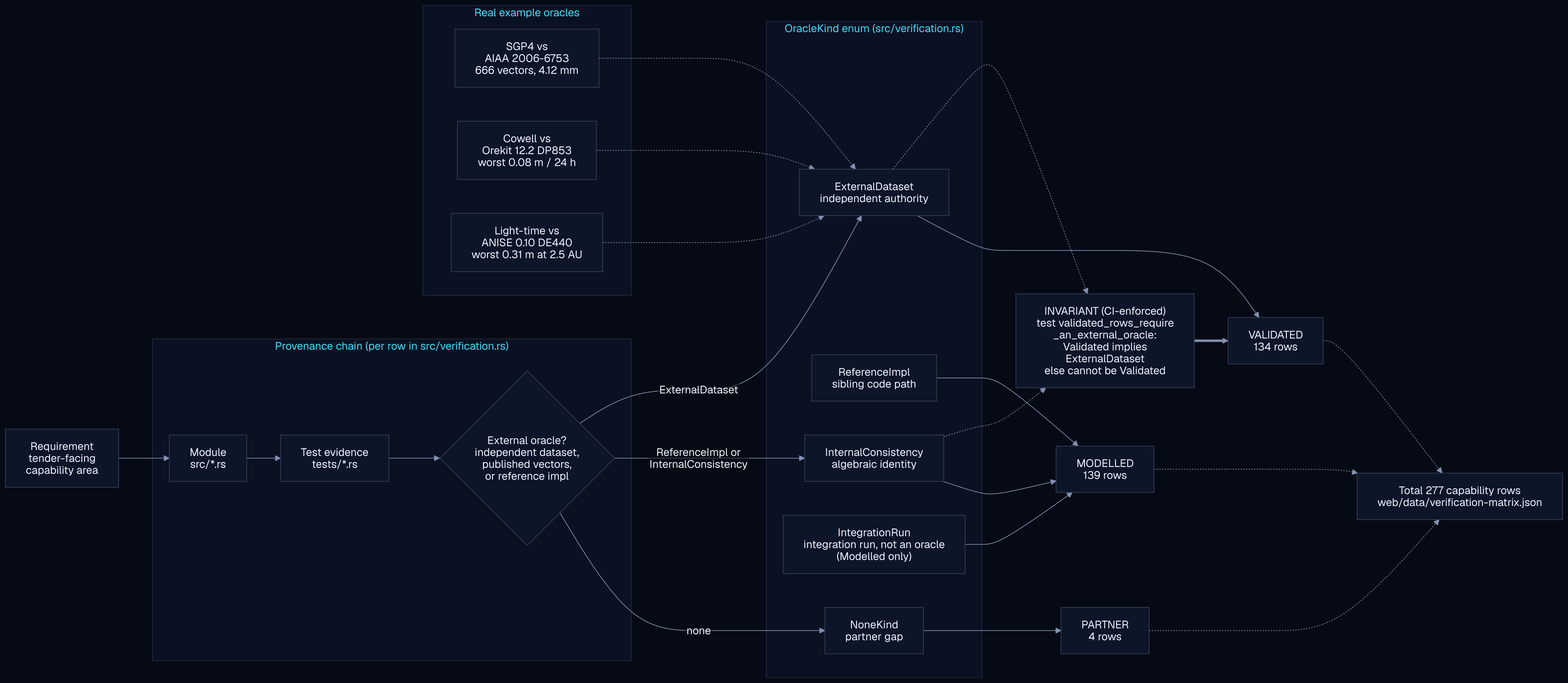
ashfordeOU/kshana keeps this Mermaid diagram as docs/assets/diagrams/validation-provenance.png. Above is the earlier version. Its source is kept beside it as docs/diagrams/validation-provenance.mmd.
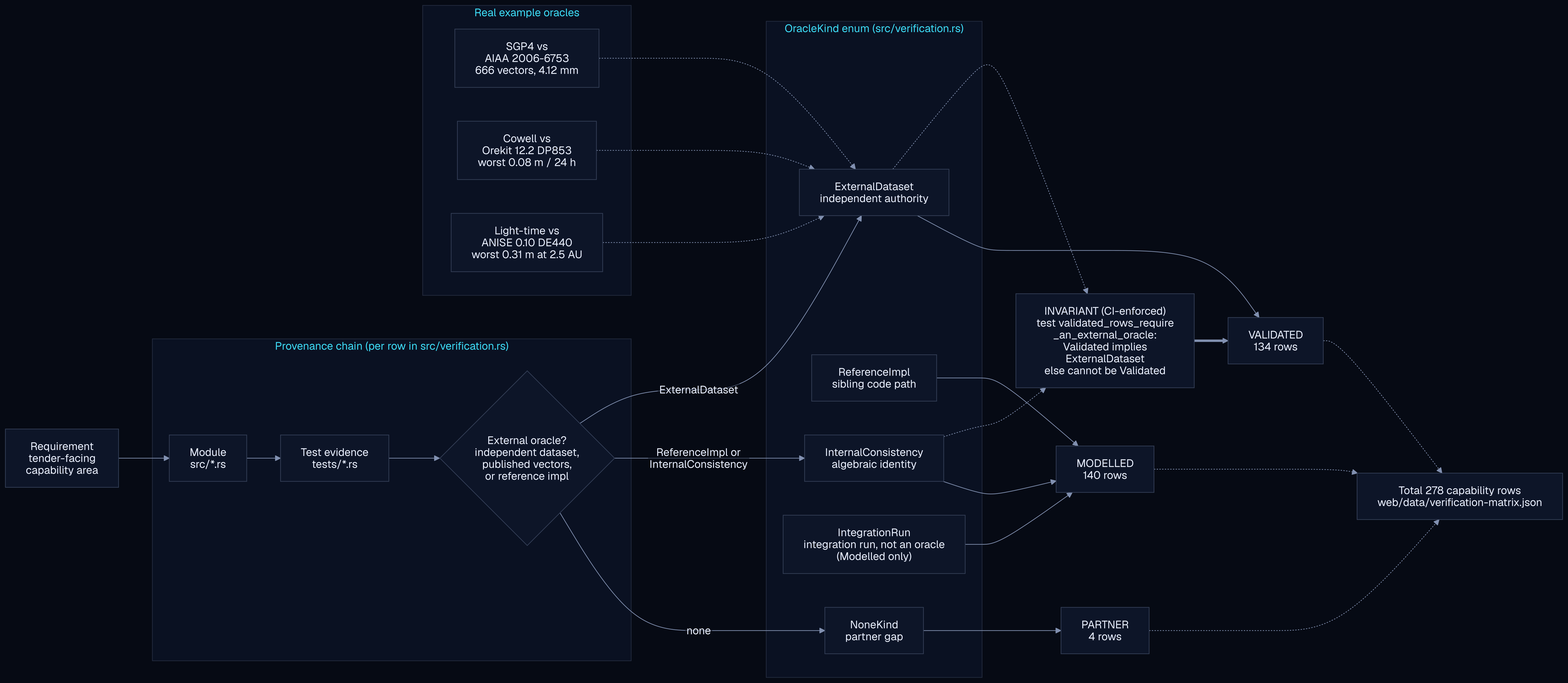
Later version of the same file.

The edit, as a diff of the source:
```diff
@@ -28,7 +28,7 @@
     INT -.-> GUARD
 
     EXT --> VAL["VALIDATED<br/>134 rows"]
-    REF --> MDL["MODELLED<br/>139 rows"]
+    REF --> MDL["MODELLED<br/>140 rows"]
     INT --> MDL
     IRN --> MDL
     NON --> PRT["PARTNER<br/>4 rows"]
@@ -45,7 +45,7 @@
     E2 -.-> EXT
     E3 -.-> EXT
 
-    TOTAL["Total 277 capability rows<br/>web/data/verification-matrix.json"]
+    TOTAL["Total 278 capability rows<br/>web/data/verification-matrix.json"]
     VAL -.-> TOTAL
     MDL -.-> TOTAL
     PRT -.-> TOTAL
```
